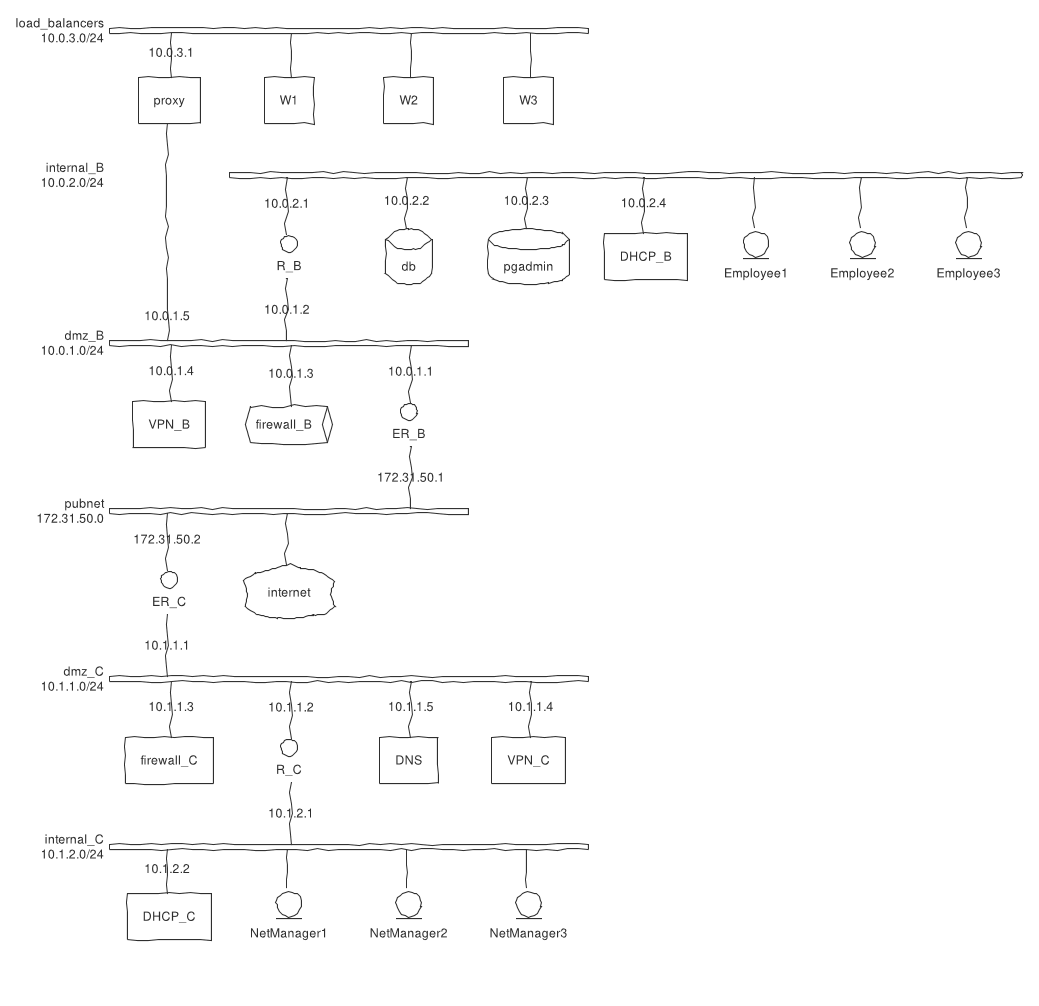
The PlantUML diagram proj/docs/grs.png in joaolucasmartins/grs2022, before a commit.
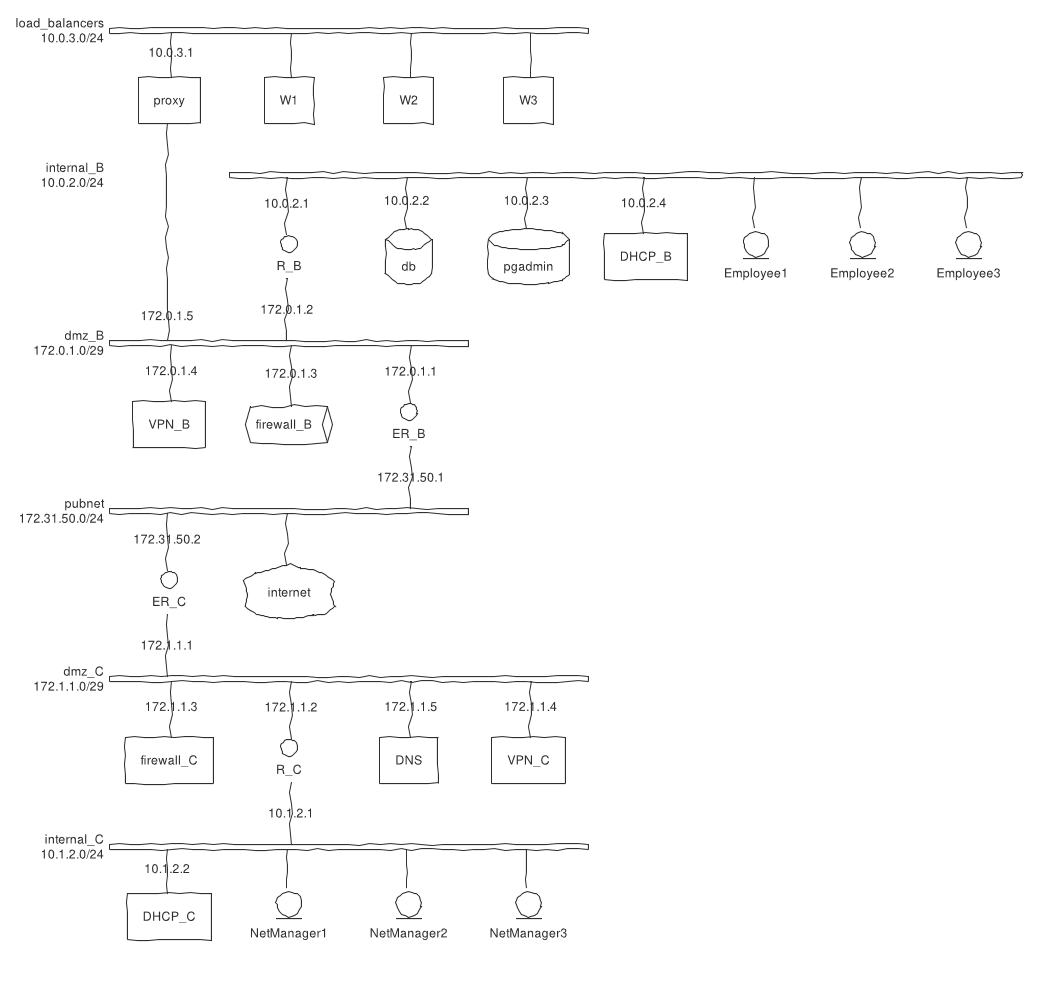
The same file after the commit.

What changed in the source:
```diff
@@ -22,16 +22,16 @@
   }
 
   network dmz_B {
-    address = "10.0.1.0/24";
-    proxy [shape = rectangle, address="10.0.1.5"];
-    VPN_B [shape = rectangle, address="10.0.1.4"]
-    firewall_B [shape = queue, address="10.0.1.3"];
-    ER_B [shape = interface, address="10.0.1.1"];
-    R_B [shape = interface, address="10.0.1.2"];
+    address = "172.0.1.0/29";
+    proxy [shape = rectangle, address="172.0.1.5"];
+    VPN_B [shape = rectangle, address="172.0.1.4"]
+    firewall_B [shape = queue, address="172.0.1.3"];
+    ER_B [shape = interface, address="172.0.1.1"];
+    R_B [shape = interface, address="172.0.1.2"];
   }
 
   network pubnet {
-    address = "172.31.50.0";
+    address = "172.31.50.0/24";
     ER_B [shape = interface, address="172.31.50.1"];
     ER_C [shape = interface, address="172.31.50.2"];
     internet [shape = cloud];
@@ -39,12 +39,12 @@
 
 
   network dmz_C {
-    address = "10.1.1.0/24";
-    ER_C [shape = interface, address="10.1.1.1"]
-    firewall_C [shape = queu, address="10.1.1.3"]
-    R_C [shape = interfac, address="10.1.1.2"]
-    DNS [shape = rectangl, address="10.1.1.5"]
-    VPN_C [shape = rectangl, address="10.1.1.4"]
+    address = "172.1.1.0/29";
+    ER_C [shape = interface, address="172.1.1.1"]
+    firewall_C [shape = queu, address="172.1.1.3"]
+    R_C [shape = interfac, address="172.1.1.2"]
+    DNS [shape = rectangl, address="172.1.1.5"]
+    VPN_C [shape = rectangl, address="172.1.1.4"]
   }
 
   network internal_C {
```
